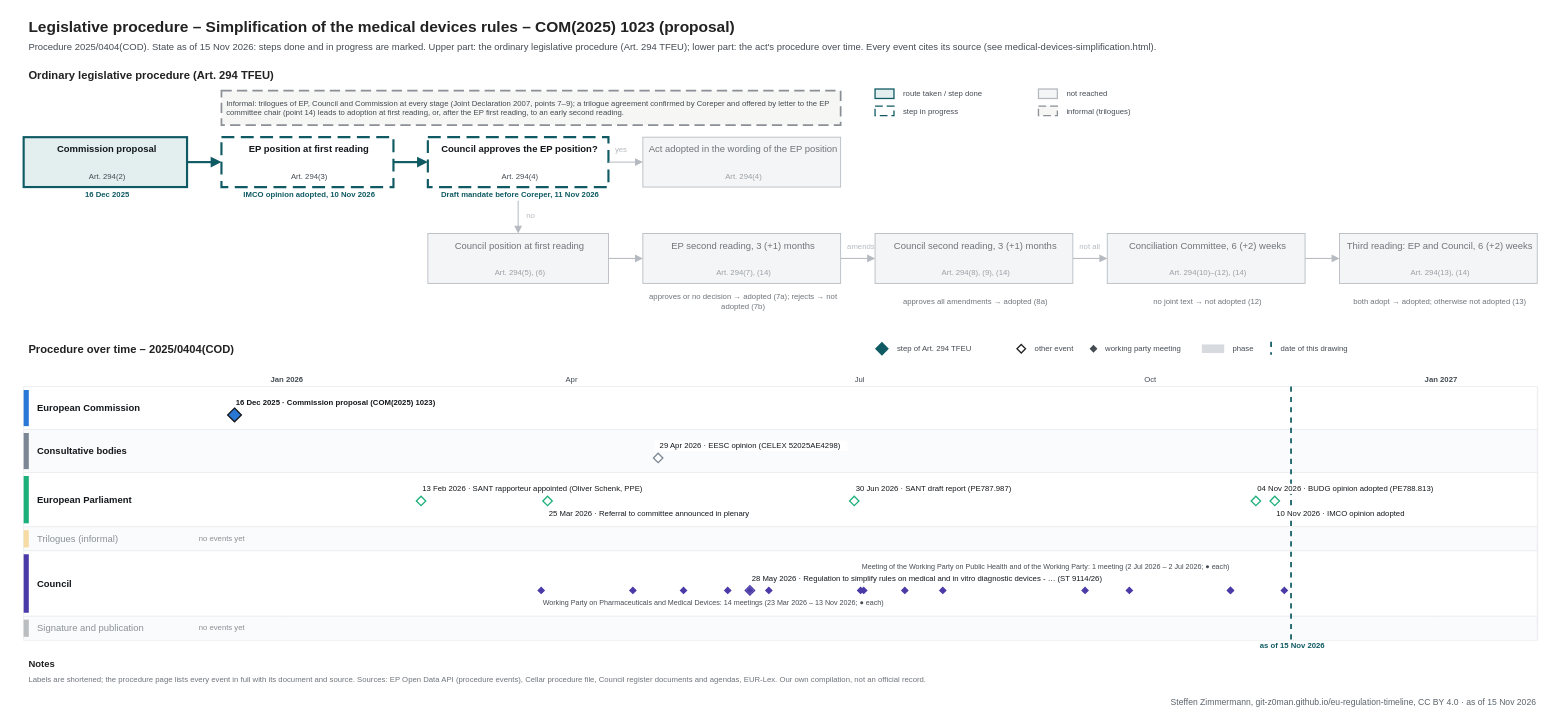
git-z0man/eu-regulation-timeline keeps this draw.io diagram as procedures/medical-devices-simplification.drawio. Above is the earlier version. Source tidied: cells renumbered, new cells numbered last; positions are measured from the earlier drawing's top-left corner, leaving out a move shared by most shapes. Both pictures are drawn from the tidied source at 86%, with x=0, y=0 at pixel (15, 15).
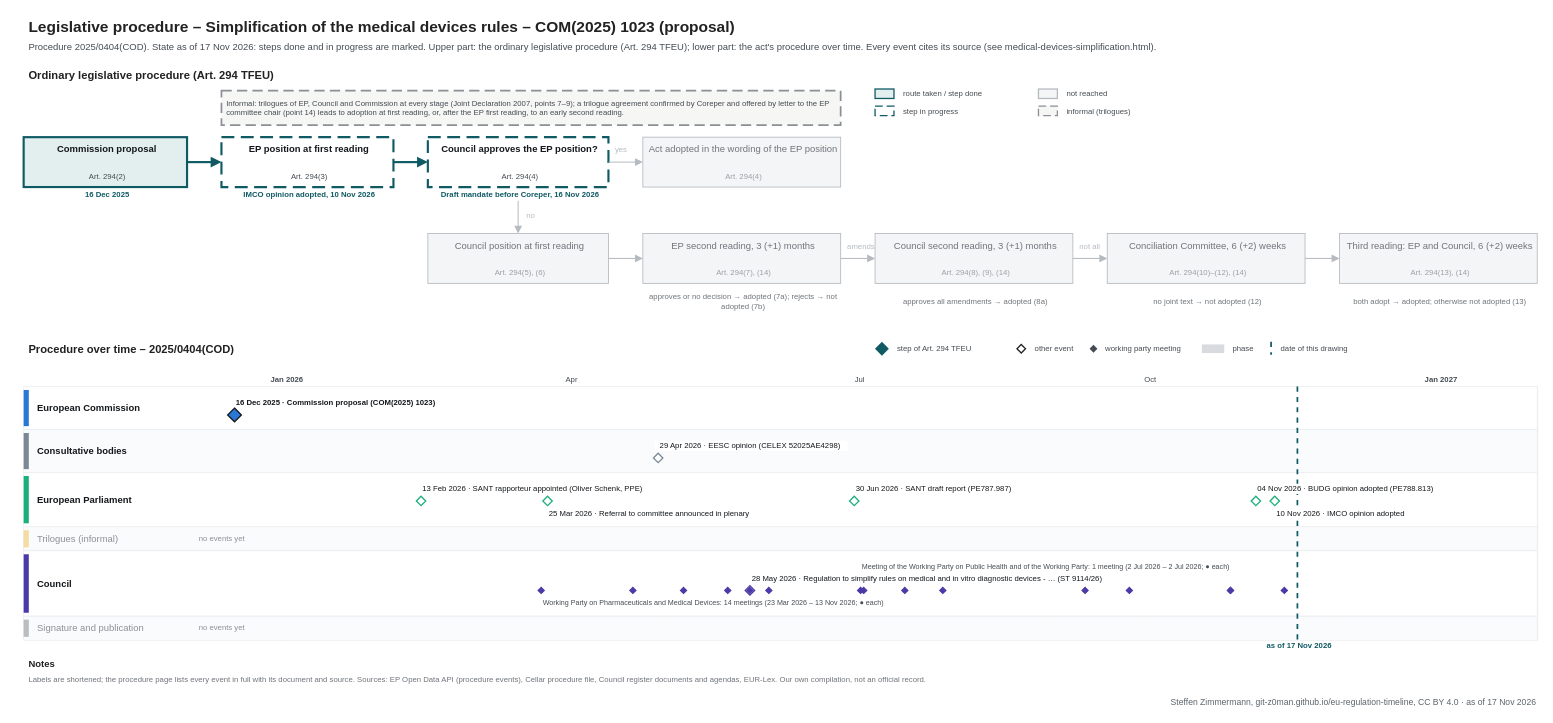
Above is the later version.

Change to the diagram source:
```diff
@@
-    <mxCell id="3" value="Procedure 2025/0404(COD). State as of 15 Nov 2026: steps done and in progress are marked. Upper part: the ordinary legislative procedure (Art. 294 TFEU); lower part: the act's procedure over time. Every event cites its source (see medical-devices-simplification.html)." style="text;html=1;fontSize=11;fontColor=#454c53;align=left;verticalAlign=middle;spacingLeft=4;" parent="1" vertex="1">
+    <mxCell id="3" value="Procedure 2025/0404(COD). State as of 17 Nov 2026: steps done and in progress are marked. Upper part: the ordinary legislative procedure (Art. 294 TFEU); lower part: the act's procedure over time. Every event cites its source (see medical-devices-simplification.html)." style="text;html=1;fontSize=11;fontColor=#454c53;align=left;verticalAlign=middle;spacingLeft=4;" parent="1" vertex="1">
       <mxGeometry x="10" y="28" width="1700" height="18" as="geometry" />
     </mxCell>
@@
-    <mxCell id="24" value="Draft mandate before Coreper, 11 Nov 2026" style="text;html=1;fontSize=9;fontColor=#0f5a63;align=center;verticalAlign=middle;spacingLeft=4;fontStyle=1;" parent="1" vertex="1">
+    <mxCell id="24" value="Draft mandate before Coreper, 16 Nov 2026" style="text;html=1;fontSize=9;fontColor=#0f5a63;align=center;verticalAlign=middle;spacingLeft=4;fontStyle=1;" parent="1" vertex="1">
       <mxGeometry x="470" y="202" width="230" height="14" as="geometry" />
     </mxCell>
@@
     <mxCell id="112" style="line;html=1;strokeWidth=2;strokeColor=#0f5a63;direction=south;dashed=1;" parent="1" vertex="1">
-      <mxGeometry x="1483.2" y="432" width="1" height="295" as="geometry" />
+      <mxGeometry x="1490.6" y="432" width="1" height="295" as="geometry" />
     </mxCell>
-    <mxCell id="113" value="as of 15 Nov 2026" style="text;html=1;fontSize=9;fontColor=#0f5a63;align=center;verticalAlign=middle;spacingLeft=4;fontStyle=1;" parent="1" vertex="1">
-      <mxGeometry x="1423.2" y="728" width="120" height="12" as="geometry" />
+    <mxCell id="113" value="as of 17 Nov 2026" style="text;html=1;fontSize=9;fontColor=#0f5a63;align=center;verticalAlign=middle;spacingLeft=4;fontStyle=1;" parent="1" vertex="1">
+      <mxGeometry x="1430.6" y="728" width="120" height="12" as="geometry" />
     </mxCell>
@@
-    <mxCell id="149" value="Steffen Zimmermann, git-z0man.github.io/eu-regulation-timeline, CC BY 4.0 · as of 15 Nov 2026" style="text;html=1;fontSize=10;fontColor=#5b646b;align=right;verticalAlign=middle;spacingLeft=4;" parent="1" vertex="1">
+    <mxCell id="149" value="Steffen Zimmermann, git-z0man.github.io/eu-regulation-timeline, CC BY 4.0 · as of 17 Nov 2026" style="text;html=1;fontSize=10;fontColor=#5b646b;align=right;verticalAlign=middle;spacingLeft=4;" parent="1" vertex="1">
       <mxGeometry x="10" y="791" width="1760" height="16" as="geometry" />
     </mxCell>
```
